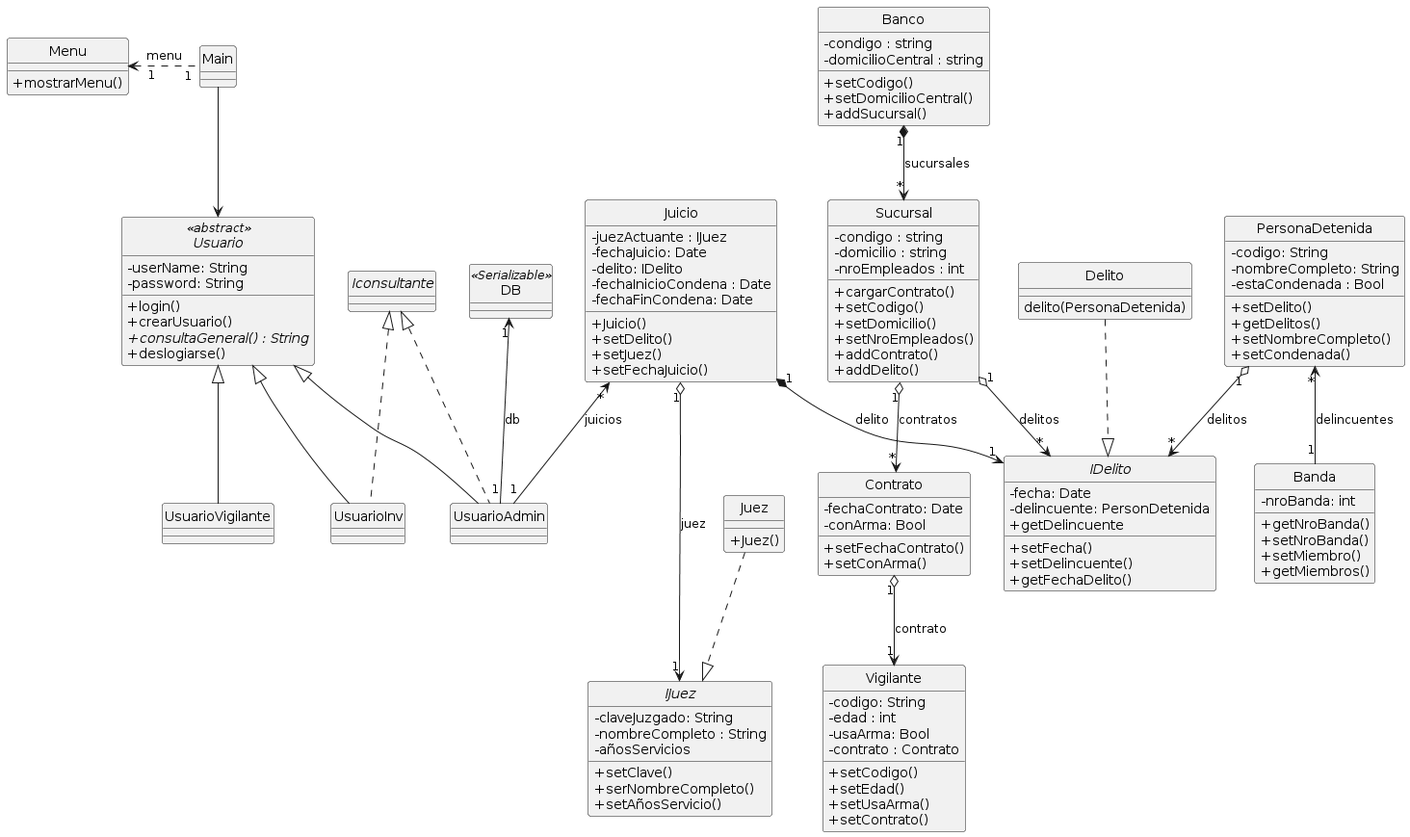
This is Documentacion/DiagramaClasesVGeneral.png from IMettaINSPT/1ParcialP2, a PlantUML export, as it was before one commit.
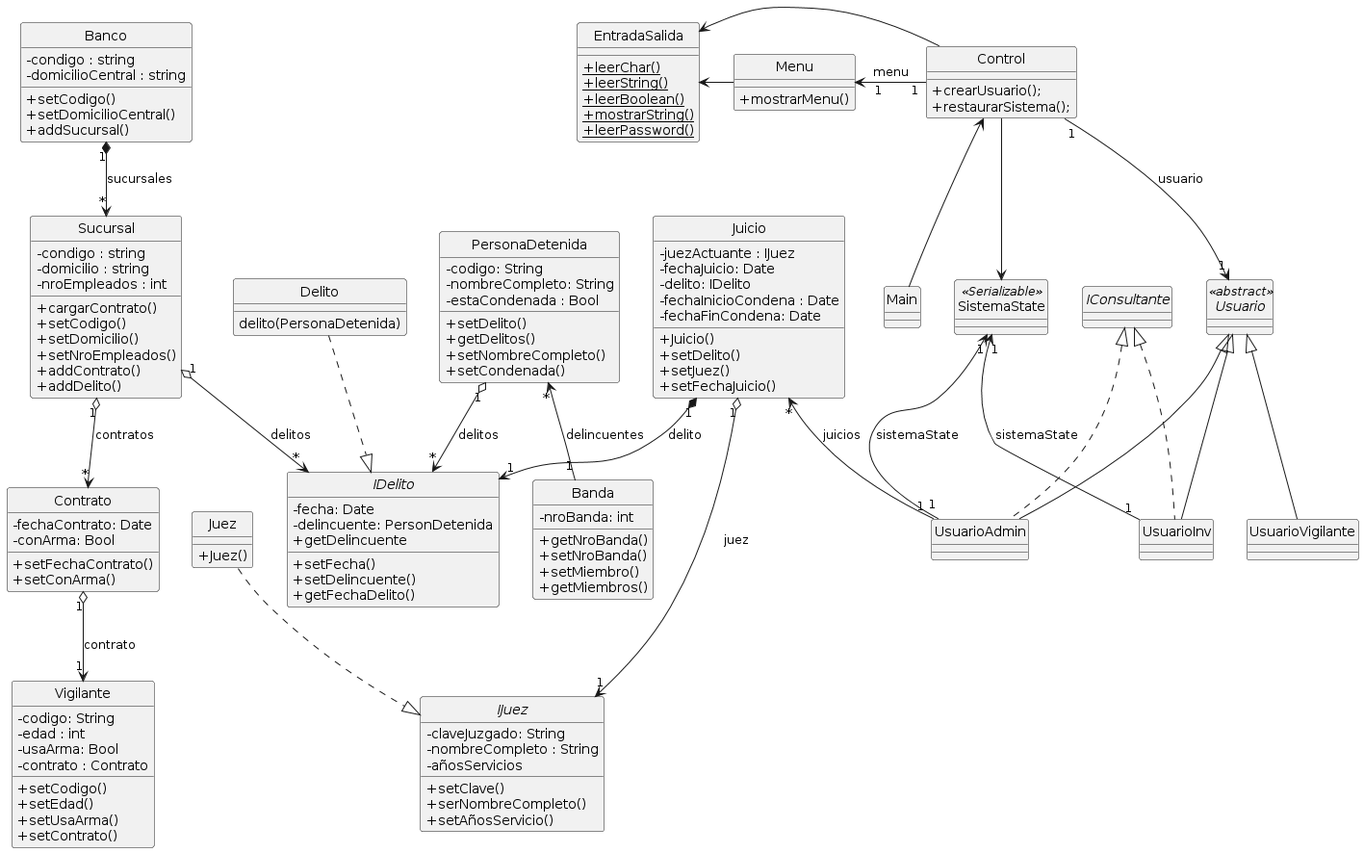
The same diagram one commit later.

What changed in the source:
```diff
@@ -97,15 +97,10 @@
 }
 
 abstract class Usuario <<abstract>>{
--userName: String
--password: String
-+login()
-+crearUsuario()
-+{abstract}consultaGeneral() : String
-+deslogiarse()
+
 }
 
-interface Iconsultante{}
+interface IConsultante{}
 
 class Main{
 }
@@ -114,9 +109,31 @@
  +mostrarMenu()
 }
 
-Menu "   1 " <. "     1" Main: menu
-class DB <<Serializable>>{}
-DB "1" <-- "1" UsuarioAdmin: db
+
+class SistemaState <<Serializable>>{}
+static class EntradaSalida{
+
+ + {static} leerChar()
+ + {static} leerString()
+ + {static} leerBoolean()
+ + {static} mostrarString()
+ + {static} leerPassword()
+
+}
+class Control{
+
+   +crearUsuario();
+   +restaurarSistema();
+
+}
+Control "1" -> "1" Usuario : usuario
+Control <--Main
+Menu "   1 " <- "     1" Control: menu
+EntradaSalida <-Menu
+EntradaSalida <-Control
+Control --> SistemaState
+SistemaState "1"<-- "1" UsuarioAdmin :sistemaState
+SistemaState "1"<-- "1" UsuarioInv:sistemaState
 Delito ..|> IDelito
 Sucursal "1" o--> "*" IDelito : delitos
 Sucursal "1" o--> "*" Contrato : contratos
@@ -131,7 +148,6 @@
 Usuario <|-- UsuarioAdmin
 Usuario <|-- UsuarioInv
 Usuario <|-- UsuarioVigilante
-Iconsultante <|.. UsuarioAdmin
-Iconsultante <|.. UsuarioInv
-Main --> Usuario
+IConsultante<|.. UsuarioAdmin
+IConsultante<|.. UsuarioInv
 @enduml
```
